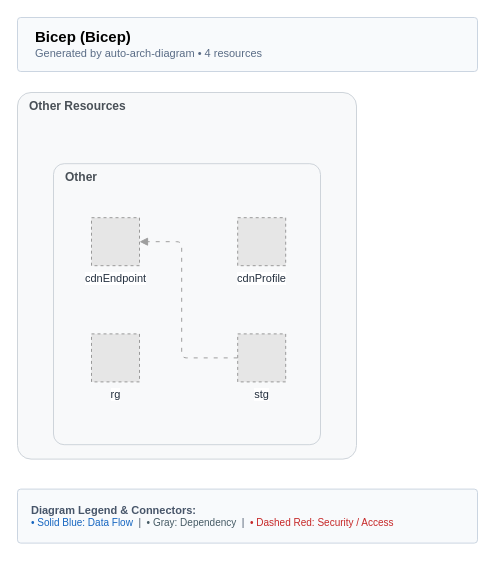
Earlier version of the draw.io diagram examples/serverless-website/azure/bicep/architecture-diagram.drawio (suryakumaran2611/auto-arch-diagram). Source tidied: cells renumbered, new cells numbered last; positions are measured from the earlier drawing's top-left corner, leaving out a move shared by most shapes. Both pictures are drawn from the tidied source at 100%, with x=0, y=0 at pixel (17, 17). Pictures stored in the file or linked from it are replaced by grey dashed boxes.
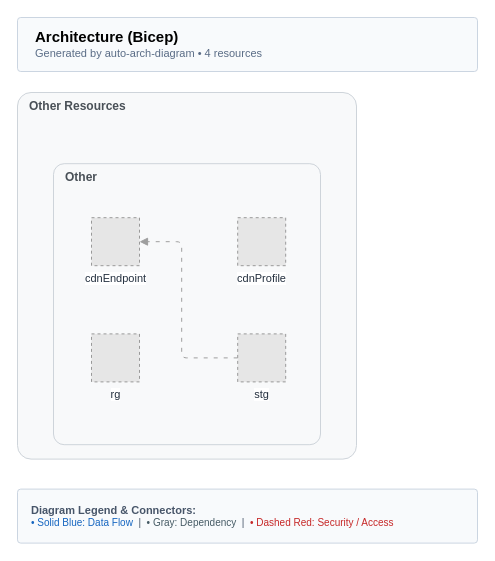
Above is the later version.

The edit, as a diff of the source:
```diff
@@
 <mxGraphModel background="#FFFFFF">
   <root>
     <mxCell id="0" />
     <mxCell id="1" parent="0" />
-    <mxCell id="2" value="&lt;b style='font-size:15px;'&gt;Bicep (Bicep)&lt;/b&gt;&lt;br/&gt;&lt;span style='font-size:11px;color:#5A6C86;'&gt;Generated by auto-arch-diagram &amp;bull; 4 resources&lt;/span&gt;" style="rounded=1;whiteSpace=wrap;html=1;arcSize=6;fillColor=#F8FAFC;strokeColor=#CBD5E1;strokeWidth=1;align=left;spacingLeft=16;verticalAlign=middle;" parent="1" vertex="1">
+    <mxCell id="2" value="&lt;b style='font-size:15px;'&gt;Architecture (Bicep)&lt;/b&gt;&lt;br/&gt;&lt;span style='font-size:11px;color:#5A6C86;'&gt;Generated by auto-arch-diagram &amp;bull; 4 resources&lt;/span&gt;" style="rounded=1;whiteSpace=wrap;html=1;arcSize=6;fillColor=#F8FAFC;strokeColor=#CBD5E1;strokeWidth=1;align=left;spacingLeft=16;verticalAlign=middle;" parent="1" vertex="1">
       <mxGeometry width="460" height="54" as="geometry" />
     </mxCell>
     <mxCell id="3" value="Other Resources" style="rounded=1;whiteSpace=wrap;html=1;arcSize=4;verticalAlign=top;align=left;spacingLeft=10;fontSize=12;fontStyle=1;fillColor=#F8F9FA;strokeColor=#CED4DA;fontColor=#495057;" parent="1" vertex="1">
       <mxGeometry y="75" width="339" height="366.6" as="geometry" />
     </mxCell>
     <mxCell id="4" value="Other" style="rounded=1;whiteSpace=wrap;html=1;arcSize=4;verticalAlign=top;align=left;spacingLeft=10;fontSize=12;fontStyle=1;fillColor=#F8F9FA;strokeColor=#CED4DA;fontColor=#495057;" parent="3" vertex="1">
       <mxGeometry x="36" y="71.2" width="267" height="281" as="geometry" />
     </mxCell>
     <mxCell id="5" value="cdnEndpoint" style="fillColor=#E6E6E6;strokeColor=#999999;dashed=1;html=1;verticalLabelPosition=bottom;verticalAlign=top;fontSize=11;fontColor=#232F3E;labelBackgroundColor=#FFFFFF;" parent="4" vertex="1">
       <mxGeometry x="38" y="54" width="48" height="48" as="geometry" />
     </mxCell>
     <mxCell id="6" value="cdnProfile" style="fillColor=#E6E6E6;strokeColor=#999999;dashed=1;html=1;verticalLabelPosition=bottom;verticalAlign=top;fontSize=11;fontColor=#232F3E;labelBackgroundColor=#FFFFFF;" parent="4" vertex="1">
       <mxGeometry x="184.2" y="54" width="48" height="48" as="geometry" />
     </mxCell>
     <mxCell id="7" value="rg" style="fillColor=#E6E6E6;strokeColor=#999999;dashed=1;html=1;verticalLabelPosition=bottom;verticalAlign=top;fontSize=11;fontColor=#232F3E;labelBackgroundColor=#FFFFFF;" parent="4" vertex="1">
       <mxGeometry x="38" y="170.2" width="48" height="48" as="geometry" />
     </mxCell>
     <mxCell id="8" value="stg" style="fillColor=#E6E6E6;strokeColor=#999999;dashed=1;html=1;verticalLabelPosition=bottom;verticalAlign=top;fontSize=11;fontColor=#232F3E;labelBackgroundColor=#FFFFFF;" parent="4" vertex="1">
       <mxGeometry x="184.2" y="170.2" width="48" height="48" as="geometry" />
     </mxCell>
     <mxCell id="9" value="&lt;b style='font-size:11px;'&gt;Diagram Legend &amp;amp; Connectors:&lt;/b&gt;&lt;br/&gt;&lt;span style='color:#1565C0;'&gt;&amp;bull; Solid Blue: Data Flow&lt;/span&gt; &amp;nbsp;|&amp;nbsp; &lt;span style='color:#455A64;'&gt;&amp;bull; Gray: Dependency&lt;/span&gt; &amp;nbsp;|&amp;nbsp; &lt;span style='color:#C62828;'&gt;&amp;bull; Dashed Red: Security / Access&lt;/span&gt;" style="rounded=1;whiteSpace=wrap;html=1;arcSize=6;fillColor=#F8FAFC;strokeColor=#CBD5E1;strokeWidth=1;fontSize=10;fontColor=#475569;align=left;spacingLeft=12;spacingRight=12;verticalAlign=middle;" parent="1" vertex="1">
       <mxGeometry y="471.6" width="460" height="54" as="geometry" />
     </mxCell>
     <mxCell id="10" style="edgeStyle=orthogonalEdgeStyle;rounded=1;arcSize=10;html=1;jettySize=auto;curved=0;jumpStyle=arc;jumpSize=6;strokeColor=#9E9E9E;strokeWidth=1.0;dashed=1;dashPattern=4 6;fixDash=1;endArrow=block;endFill=1;endArrowSize=5;exitX=0;exitY=0.5;exitDx=0;exitDy=0;entryX=1;entryY=0.5;entryDx=0;entryDy=0;" parent="1" edge="1" source="8" target="5">
       <mxGeometry relative="1" as="geometry">
         <Array as="points">
           <mxPoint x="164.2" y="340.4" />
           <mxPoint x="164.2" y="224.2" />
         </Array>
       </mxGeometry>
     </mxCell>
   </root>
 </mxGraphModel>
```
